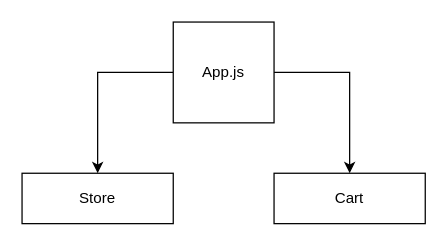
The draw.io diagram React Greengrocers Flowchart.drawio in procrastian/react-greengrocers, before the edit. Source tidied: cells renumbered, new cells numbered last; positions are measured from the earlier drawing's top-left corner, leaving out a move shared by most shapes. Both pictures are drawn from the tidied source at 126%, with x=0, y=0 at pixel (21, 21).
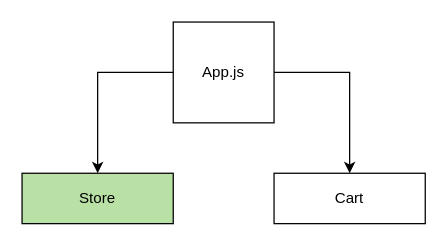
The same page after the edit.

The edit, as a diff of the source:
```diff
@@
 <mxGraphModel>
   <root>
     <mxCell id="0" />
     <mxCell id="1" parent="0" />
     <mxCell id="2" style="edgeStyle=orthogonalEdgeStyle;rounded=0;jettySize=auto;html=1;exitX=0;exitY=0.5;exitDx=0;exitDy=0;entryX=0.5;entryY=0;entryDx=0;entryDy=0;" parent="1" edge="1" source="4" target="5">
       <mxGeometry relative="1" as="geometry" />
     </mxCell>
     <mxCell id="3" style="edgeStyle=orthogonalEdgeStyle;rounded=0;jettySize=auto;html=1;exitX=1;exitY=0.5;exitDx=0;exitDy=0;entryX=0.5;entryY=0;entryDx=0;entryDy=0;" parent="1" edge="1" source="4" target="6">
       <mxGeometry relative="1" as="geometry" />
     </mxCell>
     <mxCell id="4" value="App.js" style="whiteSpace=wrap;html=1;" parent="1" vertex="1">
       <mxGeometry x="120" width="80" height="80" as="geometry" />
     </mxCell>
-    <mxCell id="5" value="Store" style="rounded=0;whiteSpace=wrap;html=1;" parent="1" vertex="1">
+    <mxCell id="5" value="Store" style="rounded=0;whiteSpace=wrap;html=1;fillColor=#B9E0A5;" parent="1" vertex="1">
       <mxGeometry y="120" width="120" height="40" as="geometry" />
     </mxCell>
     <mxCell id="6" value="Cart" style="rounded=0;whiteSpace=wrap;html=1;" parent="1" vertex="1">
       <mxGeometry x="200" y="120" width="120" height="40" as="geometry" />
     </mxCell>
   </root>
 </mxGraphModel>
```
